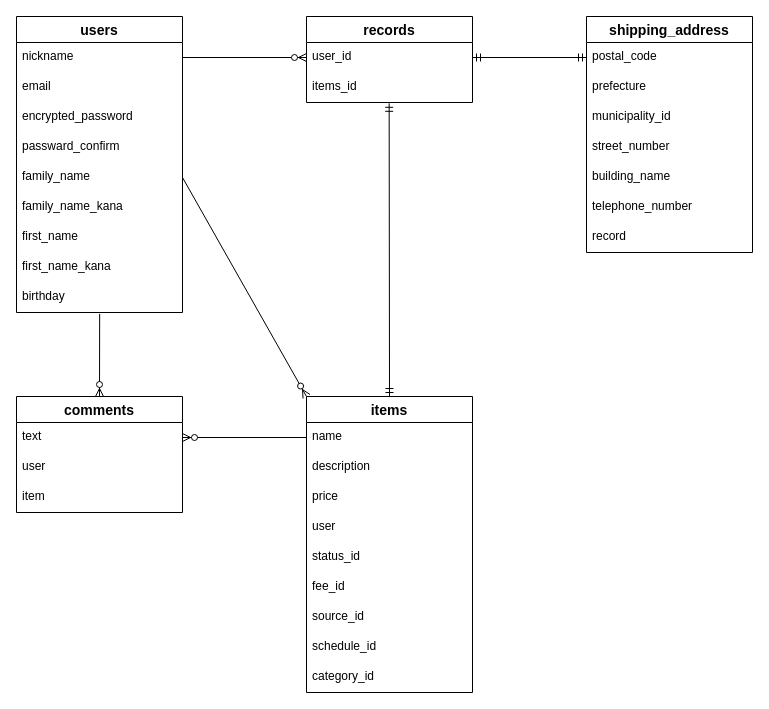
Poly-Jiro/furima-31026 keeps this draw.io diagram as ER.drawio. Above is the earlier version. Source tidied: cells renumbered, new cells numbered last; positions are measured from the earlier drawing's top-left corner, leaving out a move shared by most shapes. Both pictures are drawn from the tidied source at 100%, with x=0, y=0 at pixel (16, 16).
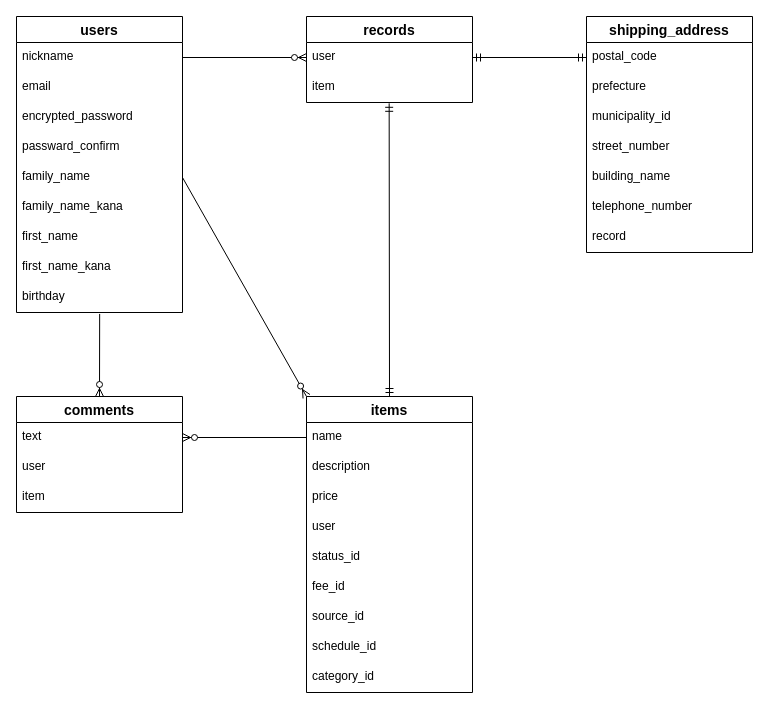
After the change.

Unchanged cells that the change refers to:
```xml
<mxCell id="14" value="records" style="swimlane;fontStyle=1;horizontal=1;startSize=26;align=center;fontSize=14;" parent="1" vertex="1">
  <mxGeometry x="290" width="166" height="86" as="geometry" />
</mxCell>
```

Change to the diagram source:
```diff
@@
-    <mxCell id="15" value="user_id" style="text;strokeColor=none;fillColor=none;spacingLeft=4;spacingRight=4;overflow=hidden;fontSize=12;" parent="14" vertex="1">
+    <mxCell id="15" value="user" style="text;strokeColor=none;fillColor=none;spacingLeft=4;spacingRight=4;overflow=hidden;fontSize=12;" parent="14" vertex="1">
       <mxGeometry y="26" width="166" height="30" as="geometry" />
     </mxCell>
-    <mxCell id="16" value="items_id" style="text;strokeColor=none;fillColor=none;spacingLeft=4;spacingRight=4;overflow=hidden;points=[[0,0.5],[1,0.5]];portConstraint=eastwest;fontSize=12;" parent="14" vertex="1">
+    <mxCell id="16" value="item" style="text;strokeColor=none;fillColor=none;spacingLeft=4;spacingRight=4;overflow=hidden;points=[[0,0.5],[1,0.5]];portConstraint=eastwest;fontSize=12;" parent="14" vertex="1">
       <mxGeometry y="56" width="166" height="30" as="geometry" />
     </mxCell>
```
